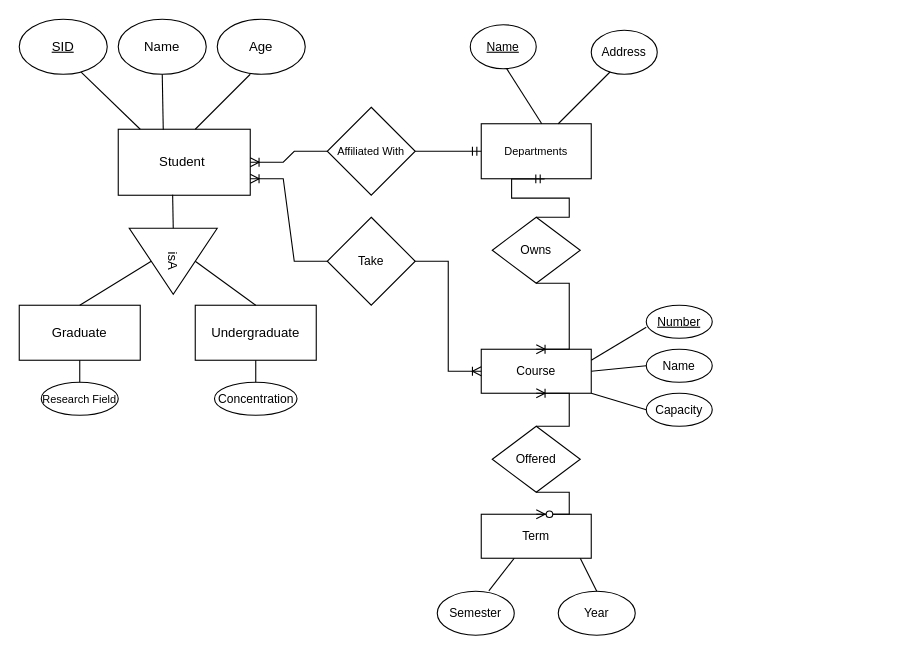
The draw.io diagram Untitled Diagram.drawio in psaghafi/SQL-ER-Diagram, before the edit. Source tidied: cells renumbered, new cells numbered last; positions are measured from the earlier drawing's top-left corner, leaving out a move shared by most shapes. Both pictures are drawn from the tidied source at 110%, with x=0, y=0 at pixel (19, 19).
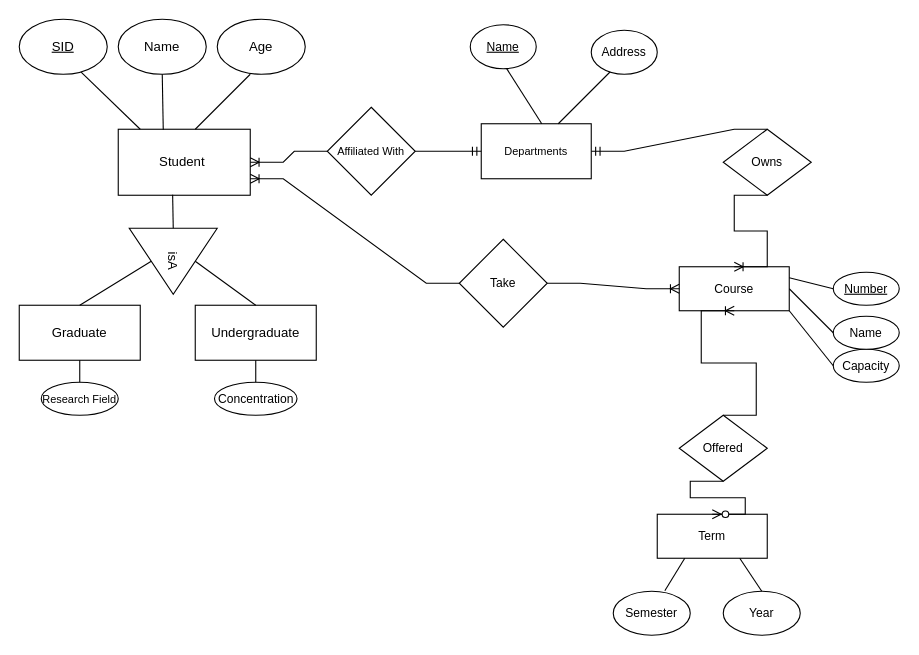
Above is the later version.

Unchanged cells that the change refers to:
```xml
<mxCell id="18" value="Departments" style="rounded=0;whiteSpace=wrap;html=1;fontSize=10;" parent="1" vertex="1">
  <mxGeometry x="420" y="95" width="100" height="50" as="geometry" />
</mxCell>
```

Change to the diagram source:
```diff
@@
     <mxCell id="23" value="Owns" style="rhombus;whiteSpace=wrap;html=1;fontSize=11;" parent="1" vertex="1">
-      <mxGeometry x="430" y="180" width="80" height="60" as="geometry" />
+      <mxGeometry x="640" y="100" width="80" height="60" as="geometry" />
     </mxCell>
     <mxCell id="24" value="Course" style="whiteSpace=wrap;html=1;fontSize=11;" parent="1" vertex="1">
-      <mxGeometry x="420" y="300" width="100" height="40" as="geometry" />
+      <mxGeometry x="600" y="225" width="100" height="40" as="geometry" />
     </mxCell>
     <mxCell id="25" value="Offered" style="rhombus;whiteSpace=wrap;html=1;fontSize=11;" parent="1" vertex="1">
-      <mxGeometry x="430" y="370" width="80" height="60" as="geometry" />
+      <mxGeometry x="600" y="360" width="80" height="60" as="geometry" />
     </mxCell>
     <mxCell id="26" value="Term" style="rounded=0;whiteSpace=wrap;html=1;fontSize=11;" parent="1" vertex="1">
-      <mxGeometry x="420" y="450" width="100" height="40" as="geometry" />
+      <mxGeometry x="580" y="450" width="100" height="40" as="geometry" />
     </mxCell>
     <mxCell id="27" value="Semester" style="ellipse;whiteSpace=wrap;html=1;fontSize=11;" parent="1" vertex="1">
-      <mxGeometry x="380" y="520" width="70" height="40" as="geometry" />
+      <mxGeometry x="540" y="520" width="70" height="40" as="geometry" />
     </mxCell>
     <mxCell id="28" value="Year" style="ellipse;whiteSpace=wrap;html=1;fontSize=11;" parent="1" vertex="1">
-      <mxGeometry x="490" y="520" width="70" height="40" as="geometry" />
+      <mxGeometry x="640" y="520" width="70" height="40" as="geometry" />
     </mxCell>
@@
     <mxCell id="31" value="&lt;u&gt;Number&lt;/u&gt;" style="ellipse;whiteSpace=wrap;html=1;fontSize=11;" parent="1" vertex="1">
-      <mxGeometry x="570" y="260" width="60" height="30" as="geometry" />
+      <mxGeometry x="740" y="230" width="60" height="30" as="geometry" />
     </mxCell>
     <mxCell id="32" value="Capacity" style="ellipse;whiteSpace=wrap;html=1;fontSize=11;" parent="1" vertex="1">
-      <mxGeometry x="570" y="340" width="60" height="30" as="geometry" />
+      <mxGeometry x="740" y="300" width="60" height="30" as="geometry" />
     </mxCell>
     <mxCell id="33" value="Name" style="ellipse;whiteSpace=wrap;html=1;fontSize=11;" parent="1" vertex="1">
-      <mxGeometry x="570" y="300" width="60" height="30" as="geometry" />
+      <mxGeometry x="740" y="270" width="60" height="30" as="geometry" />
     </mxCell>
@@
-    <mxCell id="36" style="edgeStyle=entityRelationEdgeStyle;fontSize=12;html=1;endArrow=ERmandOne;rounded=0;entryX=0.576;entryY=1.004;entryDx=0;entryDy=0;entryPerimeter=0;exitX=0.5;exitY=0;exitDx=0;exitDy=0;" parent="1" edge="1" source="23" target="18">
+    <mxCell id="36" style="edgeStyle=entityRelationEdgeStyle;fontSize=12;html=1;endArrow=ERmandOne;rounded=0;entryX=1;entryY=0.5;entryDx=0;entryDy=0;exitX=0.5;exitY=0;exitDx=0;exitDy=0;" parent="1" edge="1" source="23" target="18">
       <mxGeometry relative="1" as="geometry" />
     </mxCell>
@@
-    <mxCell id="40" style="endArrow=none;html=1;rounded=0;fontSize=11;exitX=0.67;exitY=-0.01;exitDx=0;exitDy=0;exitPerimeter=0;" parent="1" edge="1" source="27">
-      <mxGeometry relative="1" as="geometry">
-        <mxPoint x="450" y="490" as="targetPoint" />
-      </mxGeometry>
+    <mxCell id="40" style="endArrow=none;html=1;rounded=0;fontSize=11;exitX=0.67;exitY=-0.01;exitDx=0;exitDy=0;exitPerimeter=0;entryX=0.25;entryY=1;entryDx=0;entryDy=0;" parent="1" edge="1" source="27" target="26">
+      <mxGeometry relative="1" as="geometry" />
     </mxCell>
-    <mxCell id="41" style="endArrow=none;html=1;rounded=0;fontSize=11;exitX=0.5;exitY=0;exitDx=0;exitDy=0;" parent="1" edge="1" source="28">
-      <mxGeometry relative="1" as="geometry">
-        <mxPoint x="510" y="490" as="targetPoint" />
-      </mxGeometry>
+    <mxCell id="41" style="endArrow=none;html=1;rounded=0;fontSize=11;exitX=0.5;exitY=0;exitDx=0;exitDy=0;entryX=0.75;entryY=1;entryDx=0;entryDy=0;" parent="1" edge="1" source="28" target="26">
+      <mxGeometry relative="1" as="geometry" />
     </mxCell>
-    <mxCell id="42" style="endArrow=none;html=1;rounded=0;fontSize=11;exitX=1;exitY=0.25;exitDx=0;exitDy=0;" parent="1" edge="1" source="24">
-      <mxGeometry relative="1" as="geometry">
-        <mxPoint x="570" y="280" as="targetPoint" />
-      </mxGeometry>
+    <mxCell id="42" style="endArrow=none;html=1;rounded=0;fontSize=11;exitX=1;exitY=0.25;exitDx=0;exitDy=0;entryX=0;entryY=0.5;entryDx=0;entryDy=0;" parent="1" edge="1" source="24" target="31">
+      <mxGeometry relative="1" as="geometry" />
     </mxCell>
@@
     <mxCell id="45" value="Take" style="rhombus;whiteSpace=wrap;html=1;fontSize=11;" parent="1" vertex="1">
-      <mxGeometry x="280" y="180" width="80" height="80" as="geometry" />
+      <mxGeometry x="400" y="200" width="80" height="80" as="geometry" />
     </mxCell>
```
